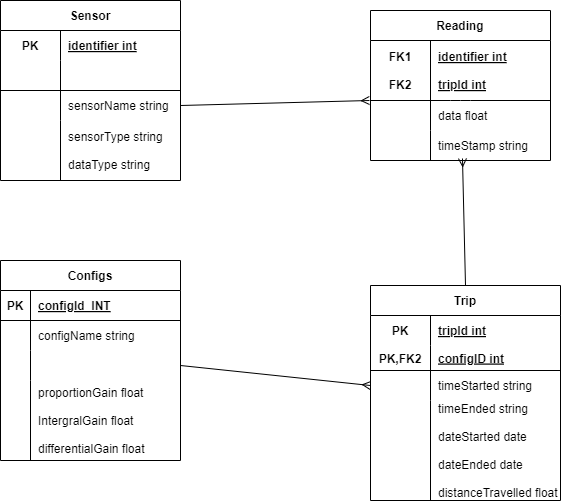
Earlier version of the draw.io export slap/docs/report/design/erd.drawio.png (SailoBam/slap). Source tidied: cells renumbered, new cells last; positions are measured from the earlier drawing's top-left corner, leaving out a move shared by most shapes.
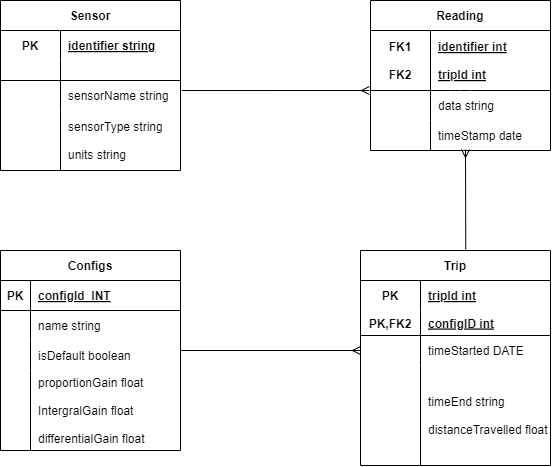
Above is the later version.

Diff of the diagram source:
```diff
@@ -20,7 +20,7 @@
     <mxCell id="7" style="shape=partialRectangle;fillColor=none;top=0;left=0;bottom=0;right=0;overflow=hidden;" parent="6" vertex="1">
       <mxGeometry width="30" height="30" as="geometry" />
     </mxCell>
-    <mxCell id="8" value="configName string" style="shape=partialRectangle;fillColor=none;top=0;left=0;bottom=0;right=0;align=left;spacingLeft=6;overflow=hidden;" parent="6" vertex="1">
+    <mxCell id="8" value="name string" style="shape=partialRectangle;fillColor=none;top=0;left=0;bottom=0;right=0;align=left;spacingLeft=6;overflow=hidden;" parent="6" vertex="1">
       <mxGeometry x="30" width="150" height="30" as="geometry" />
     </mxCell>
     <mxCell id="9" style="shape=tableRow;horizontal=0;startSize=0;swimlaneHead=0;swimlaneBody=0;fillColor=none;points=[[0,0.5],[1,0.5]];portConstraint=eastwest;top=0;left=0;right=0;bottom=0;" parent="2" vertex="1">
@@ -29,7 +29,7 @@
     <mxCell id="10" style="shape=partialRectangle;fillColor=none;top=0;left=0;bottom=0;right=0;overflow=hidden;" parent="9" vertex="1">
       <mxGeometry width="30" height="30" as="geometry" />
     </mxCell>
-    <mxCell id="11" style="shape=partialRectangle;fillColor=none;top=0;left=0;bottom=0;right=0;align=left;spacingLeft=6;overflow=hidden;" parent="9" vertex="1">
+    <mxCell id="11" value="isDefault boolean" style="shape=partialRectangle;fillColor=none;top=0;left=0;bottom=0;right=0;align=left;spacingLeft=6;overflow=hidden;" parent="9" vertex="1">
       <mxGeometry x="30" width="150" height="30" as="geometry" />
     </mxCell>
     <mxCell id="12" style="shape=tableRow;horizontal=0;startSize=0;swimlaneHead=0;swimlaneBody=0;fillColor=none;top=0;left=0;right=0;bottom=0;" parent="2" vertex="1">
@@ -42,7 +42,7 @@
       <mxGeometry x="30" width="150" height="80" as="geometry" />
     </mxCell>
     <mxCell id="15" value="Sensor" style="shape=table;startSize=30;rowLines=0;fontStyle=1;align=center;" parent="1" vertex="1">
-      <mxGeometry width="180" height="180" as="geometry" />
+      <mxGeometry y="10" width="180" height="170" as="geometry" />
     </mxCell>
     <mxCell id="16" style="shape=tableRow;horizontal=0;startSize=0;swimlaneHead=0;swimlaneBody=0;fillColor=none;top=0;left=0;right=0;bottom=0;" parent="15" vertex="1">
       <mxGeometry y="30" width="180" height="30" as="geometry" />
@@ -50,20 +50,20 @@
     <mxCell id="17" value="PK" style="shape=partialRectangle;fillColor=none;top=0;left=0;bottom=0;right=0;fontStyle=1;overflow=hidden;" parent="16" vertex="1">
       <mxGeometry width="60" height="30" as="geometry" />
     </mxCell>
-    <mxCell id="18" value="identifier int" style="shape=partialRectangle;fillColor=none;top=0;left=0;bottom=0;right=0;align=left;spacingLeft=6;fontStyle=5;overflow=hidden;" parent="16" vertex="1">
+    <mxCell id="18" value="identifier string" style="shape=partialRectangle;fillColor=none;top=0;left=0;bottom=0;right=0;align=left;spacingLeft=6;fontStyle=5;overflow=hidden;" parent="16" vertex="1">
       <mxGeometry x="60" width="120" height="30" as="geometry" />
     </mxCell>
     <mxCell id="19" style="shape=tableRow;horizontal=0;startSize=0;swimlaneHead=0;swimlaneBody=0;fillColor=none;top=0;left=0;right=0;bottom=1;" parent="15" vertex="1">
-      <mxGeometry y="60" width="180" height="30" as="geometry" />
+      <mxGeometry y="60" width="180" height="20" as="geometry" />
     </mxCell>
     <mxCell id="20" style="shape=partialRectangle;fillColor=none;top=0;left=0;bottom=0;right=0;fontStyle=1;overflow=hidden;" parent="19" vertex="1">
-      <mxGeometry width="60" height="30" as="geometry" />
+      <mxGeometry width="60" height="20" as="geometry" />
     </mxCell>
     <mxCell id="21" style="shape=partialRectangle;fillColor=none;top=0;left=0;bottom=0;right=0;align=left;spacingLeft=6;fontStyle=5;overflow=hidden;" parent="19" vertex="1">
-      <mxGeometry x="60" width="120" height="30" as="geometry" />
+      <mxGeometry x="60" width="120" height="20" as="geometry" />
     </mxCell>
     <mxCell id="22" style="shape=tableRow;horizontal=0;startSize=0;swimlaneHead=0;swimlaneBody=0;fillColor=none;points=[[0,0.5],[1,0.5]];portConstraint=eastwest;top=0;left=0;right=0;bottom=0;" parent="15" vertex="1">
-      <mxGeometry y="90" width="180" height="30" as="geometry" />
+      <mxGeometry y="80" width="180" height="30" as="geometry" />
     </mxCell>
     <mxCell id="23" style="shape=partialRectangle;fillColor=none;top=0;left=0;bottom=0;right=0;overflow=hidden;" parent="22" vertex="1">
       <mxGeometry width="60" height="30" as="geometry" />
@@ -72,12 +72,12 @@
       <mxGeometry x="60" width="120" height="30" as="geometry" />
     </mxCell>
     <mxCell id="25" style="shape=tableRow;horizontal=0;startSize=0;swimlaneHead=0;swimlaneBody=0;fillColor=none;top=0;left=0;right=0;bottom=0;" parent="15" vertex="1">
-      <mxGeometry y="120" width="180" height="60" as="geometry" />
+      <mxGeometry y="110" width="180" height="60" as="geometry" />
     </mxCell>
     <mxCell id="26" style="shape=partialRectangle;fillColor=none;top=0;left=0;bottom=0;right=0;overflow=hidden;" parent="25" vertex="1">
       <mxGeometry width="60" height="60" as="geometry" />
     </mxCell>
-    <mxCell id="27" value="sensorType string&#10;&#10;dataType string" style="shape=partialRectangle;fillColor=none;top=0;left=0;bottom=0;right=0;align=left;spacingLeft=6;overflow=hidden;" parent="25" vertex="1">
+    <mxCell id="27" value="sensorType string&#10;&#10;units string" style="shape=partialRectangle;fillColor=none;top=0;left=0;bottom=0;right=0;align=left;spacingLeft=6;overflow=hidden;" parent="25" vertex="1">
       <mxGeometry x="60" width="120" height="60" as="geometry" />
     </mxCell>
     <mxCell id="28" value="Reading" style="shape=table;startSize=30;rowLines=0;fontStyle=1;align=center;" parent="1" vertex="1">
@@ -98,7 +98,7 @@
     <mxCell id="33" style="shape=partialRectangle;fillColor=none;top=0;left=0;bottom=0;right=0;overflow=hidden;" parent="32" vertex="1">
       <mxGeometry width="60" height="30" as="geometry" />
     </mxCell>
-    <mxCell id="34" value="data float" style="shape=partialRectangle;fillColor=none;top=0;left=0;bottom=0;right=0;align=left;spacingLeft=6;overflow=hidden;" parent="32" vertex="1">
+    <mxCell id="34" value="data string" style="shape=partialRectangle;fillColor=none;top=0;left=0;bottom=0;right=0;align=left;spacingLeft=6;overflow=hidden;" parent="32" vertex="1">
       <mxGeometry x="60" width="120" height="30" as="geometry" />
     </mxCell>
     <mxCell id="35" style="shape=tableRow;horizontal=0;startSize=0;swimlaneHead=0;swimlaneBody=0;fillColor=none;points=[[0,0.5],[1,0.5]];portConstraint=eastwest;top=0;left=0;right=0;bottom=0;" parent="28" vertex="1">
@@ -107,7 +107,7 @@
     <mxCell id="36" style="shape=partialRectangle;fillColor=none;top=0;left=0;bottom=0;right=0;overflow=hidden;" parent="35" vertex="1">
       <mxGeometry width="60" height="30" as="geometry" />
     </mxCell>
-    <mxCell id="37" value="timeStamp string" style="shape=partialRectangle;fillColor=none;top=0;left=0;bottom=0;right=0;align=left;spacingLeft=6;overflow=hidden;" parent="35" vertex="1">
+    <mxCell id="37" value="timeStamp date" style="shape=partialRectangle;fillColor=none;top=0;left=0;bottom=0;right=0;align=left;spacingLeft=6;overflow=hidden;" parent="35" vertex="1">
       <mxGeometry x="60" width="120" height="30" as="geometry" />
     </mxCell>
     <mxCell id="38" style="edgeStyle=none;html=1;exitX=0;exitY=0;exitDx=0;exitDy=0;exitPerimeter=0;endArrow=none;endFill=0;" parent="28" edge="1" source="32">
@@ -119,7 +119,7 @@
       </mxGeometry>
     </mxCell>
     <mxCell id="39" value="Trip" style="shape=table;startSize=30;rowLines=0;fontStyle=1;align=center;" parent="1" vertex="1">
-      <mxGeometry x="370" y="285" width="190" height="215" as="geometry" />
+      <mxGeometry x="360" y="260" width="190" height="215" as="geometry" />
     </mxCell>
     <mxCell id="40" style="shape=tableRow;horizontal=0;startSize=0;swimlaneHead=0;swimlaneBody=0;fillColor=none;top=0;left=0;right=0;bottom=0;" parent="39" vertex="1">
       <mxGeometry y="30" width="190" height="30" as="geometry" />
@@ -145,7 +145,7 @@
     <mxCell id="47" style="shape=partialRectangle;fillColor=none;top=0;left=0;bottom=0;right=0;overflow=hidden;" parent="46" vertex="1">
       <mxGeometry width="60" height="30" as="geometry" />
     </mxCell>
-    <mxCell id="48" value="timeStarted string" style="shape=partialRectangle;fillColor=none;top=0;left=0;bottom=0;right=0;align=left;spacingLeft=6;overflow=hidden;" parent="46" vertex="1">
+    <mxCell id="48" value="timeStarted DATE" style="shape=partialRectangle;fillColor=none;top=0;left=0;bottom=0;right=0;align=left;spacingLeft=6;overflow=hidden;" parent="46" vertex="1">
       <mxGeometry x="60" width="130" height="30" as="geometry" />
     </mxCell>
     <mxCell id="49" style="shape=tableRow;horizontal=0;startSize=0;swimlaneHead=0;swimlaneBody=0;fillColor=none;top=0;left=0;right=0;bottom=0;" parent="39" vertex="1">
@@ -154,17 +154,21 @@
     <mxCell id="50" style="shape=partialRectangle;fillColor=none;top=0;left=0;bottom=0;right=0;overflow=hidden;" parent="49" vertex="1">
       <mxGeometry width="60" height="100" as="geometry" />
     </mxCell>
-    <mxCell id="51" value="timeEnded string&#10;&#10;dateStarted date&#10;&#10;dateEnded date&#10;&#10;distanceTravelled float" style="shape=partialRectangle;fillColor=none;top=0;left=0;bottom=0;right=0;align=left;spacingLeft=6;overflow=hidden;" parent="49" vertex="1">
+    <mxCell id="51" value="timeEnd string&#10;&#10;distanceTravelled float" style="shape=partialRectangle;fillColor=none;top=0;left=0;bottom=0;right=0;align=left;spacingLeft=6;overflow=hidden;" parent="49" vertex="1">
       <mxGeometry x="60" width="130" height="100" as="geometry" />
     </mxCell>
-    <mxCell id="52" style="edgeStyle=none;html=1;exitX=1;exitY=0.5;exitDx=0;exitDy=0;entryX=-0.006;entryY=1;entryDx=0;entryDy=0;entryPerimeter=0;endArrow=ERmany;endFill=0;startArrow=none;startFill=0;" parent="1" edge="1" source="22" target="29">
+    <mxCell id="52" style="edgeStyle=none;html=1;exitX=1.007;exitY=0.334;exitDx=0;exitDy=0;entryX=-0.006;entryY=1;entryDx=0;entryDy=0;entryPerimeter=0;endArrow=ERmany;endFill=0;startArrow=none;startFill=0;exitPerimeter=0;" parent="1" edge="1" source="22" target="29">
       <mxGeometry relative="1" as="geometry" />
     </mxCell>
-    <mxCell id="53" style="edgeStyle=none;html=1;exitX=0.5;exitY=0;exitDx=0;exitDy=0;entryX=0.511;entryY=0.933;entryDx=0;entryDy=0;entryPerimeter=0;endArrow=ERmany;endFill=0;startArrow=none;startFill=0;" parent="1" edge="1" source="39" target="35">
-      <mxGeometry relative="1" as="geometry" />
+    <mxCell id="53" style="edgeStyle=none;html=1;exitX=0.554;exitY=-0.005;exitDx=0;exitDy=0;endArrow=ERmany;endFill=0;startArrow=none;startFill=0;exitPerimeter=0;" parent="1" edge="1" source="39">
+      <mxGeometry relative="1" as="geometry">
+        <mxPoint x="465" y="159" as="targetPoint" />
+      </mxGeometry>
     </mxCell>
-    <mxCell id="54" style="edgeStyle=none;html=1;exitX=1;exitY=0.5;exitDx=0;exitDy=0;entryX=0;entryY=0.5;entryDx=0;entryDy=0;endArrow=ERmany;endFill=0;startArrow=none;startFill=0;" parent="1" edge="1" source="9" target="46">
-      <mxGeometry relative="1" as="geometry" />
+    <mxCell id="54" style="edgeStyle=none;html=1;entryX=0;entryY=0.5;entryDx=0;entryDy=0;endArrow=ERmany;endFill=0;startArrow=none;startFill=0;" parent="1" edge="1" target="46">
+      <mxGeometry relative="1" as="geometry">
+        <mxPoint x="180" y="360" as="sourcePoint" />
+      </mxGeometry>
     </mxCell>
   </root>
 </mxGraphModel>
```
